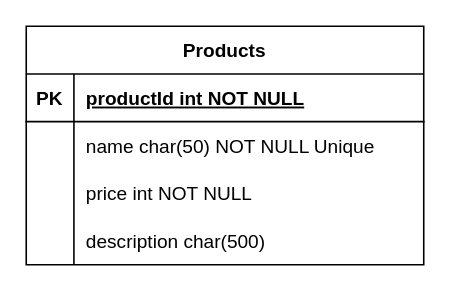
The draw.io diagram Product ER.drawio in FameBerg/DotNetProductAPIShowCase, before the edit. Source tidied: cells renumbered, new cells numbered last; positions are measured from the earlier drawing's top-left corner, leaving out a move shared by most shapes. Both pictures are drawn from the tidied source at 159%, with x=0, y=0 at pixel (25, 25).
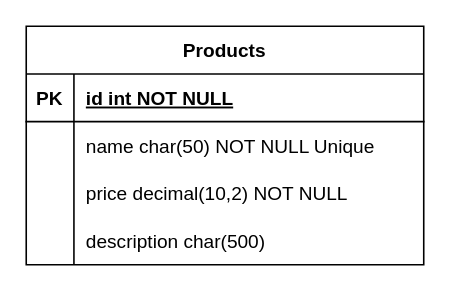
After the change.

What changed in the source:
```diff
@@
 <mxGraphModel>
   <root>
     <mxCell id="0" />
     <mxCell id="1" parent="0" />
     <mxCell id="2" value="Products" style="shape=table;startSize=30;childLayout=tableLayout;rowLines=0;fontStyle=1;align=center;" parent="1" vertex="1">
       <mxGeometry width="250" height="150" as="geometry" />
     </mxCell>
     <mxCell id="3" style="shape=partialRectangle;fillColor=none;top=0;left=0;right=0;bottom=1;" parent="2" vertex="1">
       <mxGeometry y="30" width="250" height="30" as="geometry" />
     </mxCell>
     <mxCell id="4" value="PK" style="shape=partialRectangle;overflow=hidden;fillColor=none;top=0;left=0;bottom=0;right=0;fontStyle=1;" parent="3" vertex="1">
       <mxGeometry width="30" height="30" as="geometry" />
     </mxCell>
-    <mxCell id="5" value="productId int NOT NULL " style="shape=partialRectangle;overflow=hidden;fillColor=none;top=0;left=0;bottom=0;right=0;align=left;spacingLeft=6;fontStyle=5;" parent="3" vertex="1">
+    <mxCell id="5" value="id int NOT NULL " style="shape=partialRectangle;overflow=hidden;fillColor=none;top=0;left=0;bottom=0;right=0;align=left;spacingLeft=6;fontStyle=5;" parent="3" vertex="1">
       <mxGeometry x="30" width="220" height="30" as="geometry" />
     </mxCell>
     <mxCell id="6" style="shape=partialRectangle;fillColor=none;top=0;left=0;right=0;bottom=0;" parent="2" vertex="1">
       <mxGeometry y="60" width="250" height="30" as="geometry" />
     </mxCell>
     <mxCell id="7" style="shape=partialRectangle;overflow=hidden;fillColor=none;top=0;left=0;bottom=0;right=0;" parent="6" vertex="1">
       <mxGeometry width="30" height="30" as="geometry" />
     </mxCell>
     <mxCell id="8" value="name char(50) NOT NULL Unique" style="shape=partialRectangle;overflow=hidden;fillColor=none;top=0;left=0;bottom=0;right=0;align=left;spacingLeft=6;" parent="6" vertex="1">
       <mxGeometry x="30" width="220" height="30" as="geometry" />
     </mxCell>
     <mxCell id="9" style="shape=partialRectangle;fillColor=none;top=0;left=0;right=0;bottom=0;" parent="2" vertex="1">
       <mxGeometry y="90" width="250" height="30" as="geometry" />
     </mxCell>
     <mxCell id="10" style="shape=partialRectangle;overflow=hidden;fillColor=none;top=0;left=0;bottom=0;right=0;" parent="9" vertex="1">
       <mxGeometry width="30" height="30" as="geometry" />
     </mxCell>
-    <mxCell id="11" value="price int NOT NULL" style="shape=partialRectangle;overflow=hidden;fillColor=none;top=0;left=0;bottom=0;right=0;align=left;spacingLeft=6;" parent="9" vertex="1">
+    <mxCell id="11" value="price decimal(10,2) NOT NULL" style="shape=partialRectangle;overflow=hidden;fillColor=none;top=0;left=0;bottom=0;right=0;align=left;spacingLeft=6;" parent="9" vertex="1">
       <mxGeometry x="30" width="220" height="30" as="geometry" />
     </mxCell>
     <mxCell id="12" style="shape=partialRectangle;fillColor=none;top=0;left=0;right=0;bottom=0;" parent="2" vertex="1">
       <mxGeometry y="120" width="250" height="30" as="geometry" />
     </mxCell>
     <mxCell id="13" style="shape=partialRectangle;overflow=hidden;fillColor=none;top=0;left=0;bottom=0;right=0;" parent="12" vertex="1">
       <mxGeometry width="30" height="30" as="geometry" />
     </mxCell>
     <mxCell id="14" value="description char(500)" style="shape=partialRectangle;overflow=hidden;fillColor=none;top=0;left=0;bottom=0;right=0;align=left;spacingLeft=6;" parent="12" vertex="1">
       <mxGeometry x="30" width="220" height="30" as="geometry" />
     </mxCell>
   </root>
 </mxGraphModel>
```
